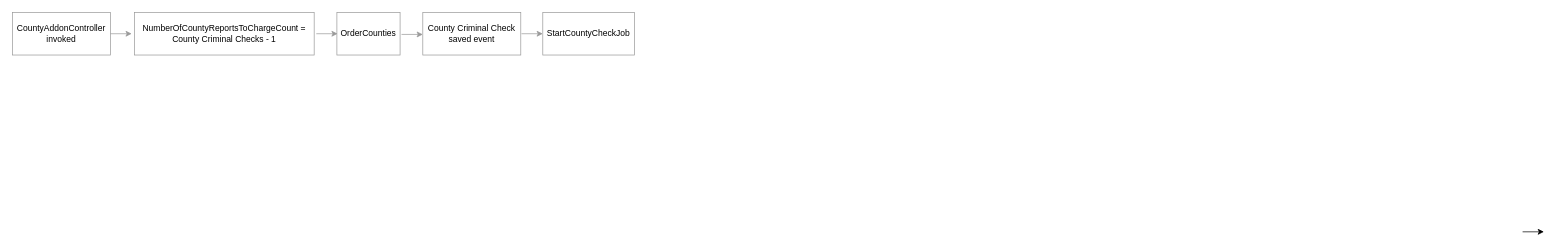
The draw.io diagram Single county addon.drawio in gregorygonzalez87/diagrams, before the edit. Source tidied: cells renumbered, new cells numbered last; positions are measured from the earlier drawing's top-left corner, leaving out a move shared by most shapes. Both pictures are drawn from the tidied source at 71%, with x=0, y=0 at pixel (12, 12).
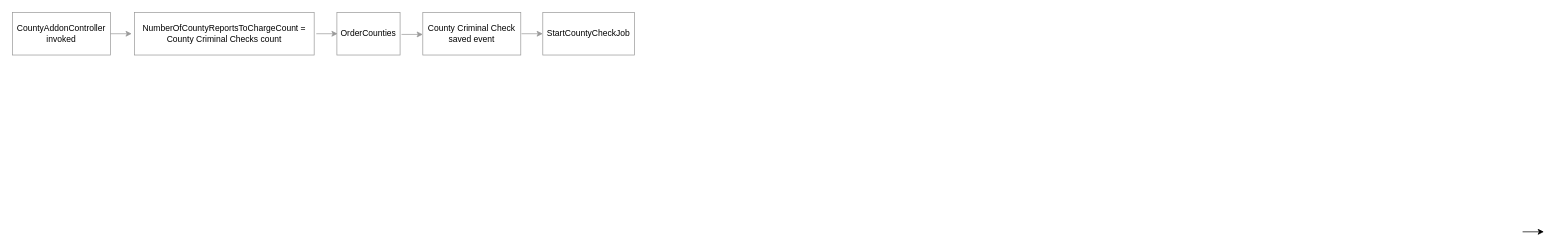
The same diagram, later.

The edit, as a diff of the source:
```diff
@@
 <mxGraphModel>
   <root>
     <mxCell id="0" />
     <mxCell id="1" parent="0" />
-    <mxCell id="2" value="NumberOfCountyReportsToChargeCount = County Criminal Checks - 1" style="rounded=0;whiteSpace=wrap;html=1;strokeColor=#999999;fillColor=#FFFFFF;labelBackgroundColor=none;" parent="1" vertex="1">
+    <mxCell id="2" value="NumberOfCountyReportsToChargeCount = County Criminal Checks count" style="rounded=0;whiteSpace=wrap;html=1;strokeColor=#999999;fillColor=#FFFFFF;labelBackgroundColor=none;" parent="1" vertex="1">
       <mxGeometry x="172" width="253" height="60" as="geometry" />
     </mxCell>
     <mxCell id="3" style="endArrow=classic;html=1;rounded=0;strokeColor=#999999;fillColor=#FFFFFF;labelBackgroundColor=none;" parent="1" edge="1">
       <mxGeometry relative="1" as="geometry">
         <mxPoint x="548" y="31" as="sourcePoint" />
         <mxPoint x="578" y="31" as="targetPoint" />
       </mxGeometry>
     </mxCell>
     <mxCell id="4" value="OrderCounties" style="rounded=0;whiteSpace=wrap;html=1;strokeColor=#999999;fillColor=#FFFFFF;labelBackgroundColor=none;" parent="1" vertex="1">
       <mxGeometry x="457" width="89" height="60" as="geometry" />
     </mxCell>
     <mxCell id="5" style="endArrow=classic;html=1;rounded=0;" parent="1" edge="1">
       <mxGeometry relative="1" as="geometry">
         <mxPoint x="2127" y="309" as="sourcePoint" />
         <mxPoint x="2157" y="309" as="targetPoint" />
       </mxGeometry>
     </mxCell>
     <mxCell id="6" value="CountyAddonController invoked" style="rounded=0;whiteSpace=wrap;html=1;strokeColor=#999999;fillColor=#FFFFFF;labelBackgroundColor=none;" parent="1" vertex="1">
       <mxGeometry width="138" height="60" as="geometry" />
     </mxCell>
     <mxCell id="7" style="endArrow=classic;html=1;rounded=0;strokeColor=#999999;fillColor=#FFFFFF;labelBackgroundColor=none;" parent="1" edge="1">
       <mxGeometry relative="1" as="geometry">
         <mxPoint x="138" y="30" as="sourcePoint" />
         <mxPoint x="168" y="30" as="targetPoint" />
       </mxGeometry>
     </mxCell>
     <mxCell id="8" value="StartCountyCheckJob" style="rounded=0;whiteSpace=wrap;html=1;strokeColor=#999999;fillColor=#FFFFFF;labelBackgroundColor=none;" parent="1" vertex="1">
       <mxGeometry x="747" width="129" height="60" as="geometry" />
     </mxCell>
     <mxCell id="9" style="endArrow=classic;html=1;rounded=0;strokeColor=#999999;fillColor=#FFFFFF;labelBackgroundColor=none;" parent="1" edge="1">
       <mxGeometry relative="1" as="geometry">
         <mxPoint x="717" y="30" as="sourcePoint" />
         <mxPoint x="747" y="30" as="targetPoint" />
       </mxGeometry>
     </mxCell>
     <mxCell id="10" style="endArrow=classic;html=1;rounded=0;strokeColor=#999999;fillColor=#FFFFFF;labelBackgroundColor=none;" parent="1" edge="1">
       <mxGeometry relative="1" as="geometry">
         <mxPoint x="428" y="30" as="sourcePoint" />
         <mxPoint x="458" y="30" as="targetPoint" />
       </mxGeometry>
     </mxCell>
     <mxCell id="11" value="County Criminal Check saved event" style="rounded=0;whiteSpace=wrap;html=1;strokeColor=#999999;fillColor=#FFFFFF;labelBackgroundColor=none;" parent="1" vertex="1">
       <mxGeometry x="578" width="138" height="60" as="geometry" />
     </mxCell>
   </root>
 </mxGraphModel>
```
